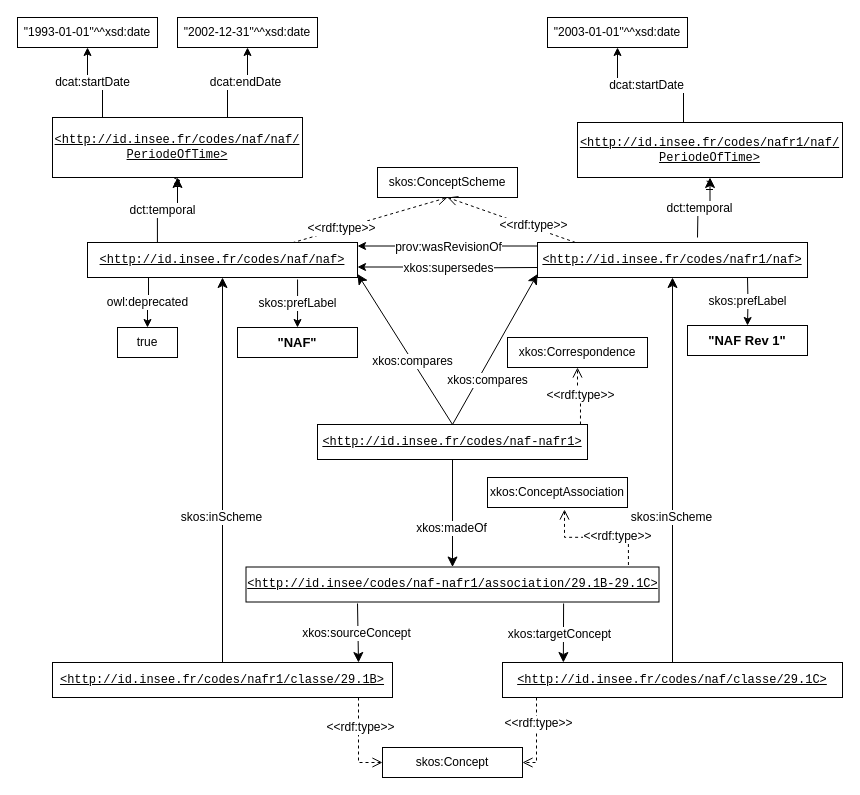
The draw.io diagram page "Diagram V2" (1 of 2) of img/bp-series-example.drawio in linked-statistics/xkos, before the edit. Source tidied: cells renumbered, new cells numbered last; positions are measured from the earlier drawing's top-left corner, leaving out a move shared by most shapes. Both pictures are drawn from the tidied source at 100%, with x=0, y=0 at pixel (17, 17).
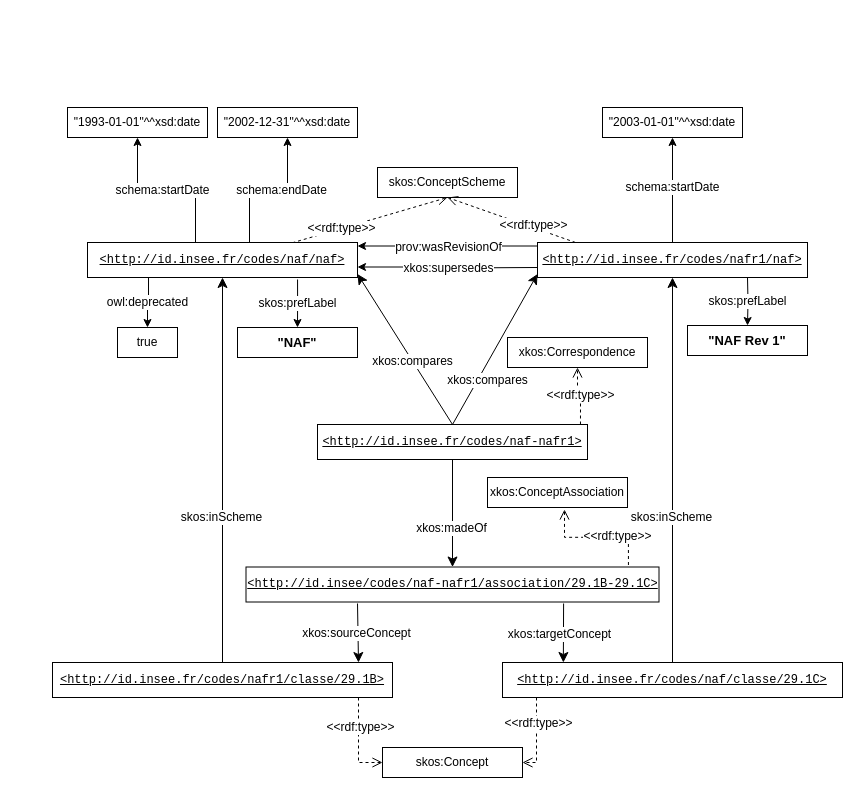
The same page after the edit.

Commit message (it also covers changes not shown here):
Adjust diagram with schema:startDate and endDate

Unchanged cells that the change refers to:
```xml
<mxCell id="5" value="&lt;pre class=&quot;nohighlight&quot;&gt;&lt;u&gt;&amp;lt;http://id.insee.fr/codes/naf/naf&amp;gt;&lt;/u&gt;&lt;/pre&gt;" style="rounded=0;whiteSpace=wrap;html=1;snapToPoint=1;points=[[0.1,0],[0.2,0],[0.3,0],[0.4,0],[0.5,0],[0.6,0],[0.7,0],[0.8,0],[0.9,0],[0,0.1],[0,0.3],[0,0.5],[0,0.7],[0,0.9],[0.1,1],[0.2,1],[0.3,1],[0.4,1],[0.5,1],[0.6,1],[0.7,1],[0.8,1],[0.9,1],[1,0.1],[1,0.3],[1,0.5],[1,0.7],[1,0.9]];" parent="1" vertex="1">
  <mxGeometry x="70" y="225" width="270" height="35" as="geometry" />
</mxCell>
<mxCell id="10" value="&lt;pre class=&quot;nohighlight&quot;&gt;&lt;u&gt;&amp;lt;http://id.insee.fr/codes/nafr1/naf&amp;gt;&lt;/u&gt;&lt;/pre&gt;" style="rounded=0;whiteSpace=wrap;html=1;snapToPoint=1;points=[[0.1,0],[0.2,0],[0.3,0],[0.4,0],[0.5,0],[0.6,0],[0.7,0],[0.8,0],[0.9,0],[0,0.1],[0,0.3],[0,0.5],[0,0.7],[0,0.9],[0.1,1],[0.2,1],[0.3,1],[0.4,1],[0.5,1],[0.6,1],[0.7,1],[0.8,1],[0.9,1],[1,0.1],[1,0.3],[1,0.5],[1,0.7],[1,0.9]];" parent="1" vertex="1">
  <mxGeometry x="520" y="225" width="270" height="35" as="geometry" />
</mxCell>
```

What changed in the source:
```diff
@@
-    <mxCell id="15" value="&lt;br&gt;&lt;pre class=&quot;nohighlight&quot;&gt;&lt;u&gt;&amp;lt;http://id.insee.fr/codes/naf/naf/&lt;br&gt;PeriodeOfTime&amp;gt;&lt;/u&gt;&lt;/pre&gt;&lt;u&gt;&amp;gt;&lt;/u&gt;" style="rounded=0;whiteSpace=wrap;html=1;snapToPoint=1;points=[[0.1,0],[0.2,0],[0.3,0],[0.4,0],[0.5,0],[0.6,0],[0.7,0],[0.8,0],[0.9,0],[0,0.1],[0,0.3],[0,0.5],[0,0.7],[0,0.9],[0.1,1],[0.2,1],[0.3,1],[0.4,1],[0.5,1],[0.6,1],[0.7,1],[0.8,1],[0.9,1],[1,0.1],[1,0.3],[1,0.5],[1,0.7],[1,0.9]];fontSize=12;" parent="1" vertex="1">
-      <mxGeometry x="35" y="100" width="250" height="60" as="geometry" />
-    </mxCell>
-    <mxCell id="16" style="endArrow=classic;html=1;entryX=0.5;entryY=1;entryDx=0;entryDy=0;endSize=8;rounded=0;fontSize=12;edgeStyle=orthogonalEdgeStyle;exitX=0.259;exitY=0;exitDx=0;exitDy=0;exitPerimeter=0;" parent="1" edge="1" source="5" target="15">
-      <mxGeometry relative="1" as="geometry" />
-    </mxCell>
-    <mxCell id="17" value="dct:temporal" style="text;html=1;align=center;verticalAlign=middle;labelBackgroundColor=#ffffff;fontSize=12;" parent="16" vertex="1">
-      <mxGeometry x="-0.13" relative="1" as="geometry" />
-    </mxCell>
     <mxCell id="18" value="&quot;1993-01-01&quot;^^xsd:date" style="rounded=0;whiteSpace=wrap;html=1;snapToPoint=1;fontSize=12;" parent="1" vertex="1">
-      <mxGeometry width="140" height="30" as="geometry" />
+      <mxGeometry x="50" y="90" width="140" height="30" as="geometry" />
     </mxCell>
-    <mxCell id="19" value="dcat:startDate" style="edgeStyle=orthogonalEdgeStyle;rounded=0;jettySize=auto;html=1;exitX=0.2;exitY=0;exitDx=0;exitDy=0;fontSize=12;" parent="1" edge="1" source="15" target="18">
+    <mxCell id="19" value="schema:startDate" style="edgeStyle=orthogonalEdgeStyle;rounded=0;jettySize=auto;html=1;exitX=0.4;exitY=0;exitDx=0;exitDy=0;fontSize=12;" parent="1" edge="1" source="5" target="18">
       <mxGeometry x="0.06" relative="1" as="geometry" />
     </mxCell>
-    <mxCell id="20" value="dcat:endDate" style="edgeStyle=orthogonalEdgeStyle;rounded=0;jettySize=auto;html=1;exitX=0.7;exitY=0;exitDx=0;exitDy=0;fontSize=12;entryX=0.5;entryY=1;entryDx=0;entryDy=0;" parent="1" edge="1" source="15" target="21">
+    <mxCell id="20" value="schema:endDate" style="edgeStyle=orthogonalEdgeStyle;rounded=0;jettySize=auto;html=1;exitX=0.6;exitY=0;exitDx=0;exitDy=0;fontSize=12;entryX=0.5;entryY=1;entryDx=0;entryDy=0;" parent="1" edge="1" source="5" target="21">
       <mxGeometry x="0.17" relative="1" as="geometry" />
     </mxCell>
     <mxCell id="21" value="&quot;2002-12-31&quot;^^xsd:date" style="rounded=0;whiteSpace=wrap;html=1;snapToPoint=1;fontSize=12;" parent="1" vertex="1">
-      <mxGeometry x="160" width="140" height="30" as="geometry" />
+      <mxGeometry x="200" y="90" width="140" height="30" as="geometry" />
     </mxCell>
-    <mxCell id="22" style="endArrow=classic;html=1;endSize=8;rounded=0;fontSize=12;edgeStyle=orthogonalEdgeStyle;entryX=0.5;entryY=1;entryDx=0;entryDy=0;" parent="1" edge="1" target="24">
-      <mxGeometry relative="1" as="geometry">
-        <mxPoint x="680" y="220" as="sourcePoint" />
-      </mxGeometry>
-    </mxCell>
-    <mxCell id="23" value="dct:temporal" style="text;html=1;align=center;verticalAlign=middle;labelBackgroundColor=#ffffff;fontSize=12;" parent="22" vertex="1">
-      <mxGeometry x="-0.13" relative="1" as="geometry" />
-    </mxCell>
-    <mxCell id="24" value="&lt;br&gt;&lt;pre class=&quot;nohighlight&quot;&gt;&lt;u&gt;&amp;lt;http://id.insee.fr/codes/nafr1/naf/&lt;br&gt;PeriodeOfTime&amp;gt;&lt;/u&gt;&lt;/pre&gt;&lt;u&gt;&amp;gt;&lt;/u&gt;" style="rounded=0;whiteSpace=wrap;html=1;snapToPoint=1;points=[[0.1,0],[0.2,0],[0.3,0],[0.4,0],[0.5,0],[0.6,0],[0.7,0],[0.8,0],[0.9,0],[0,0.1],[0,0.3],[0,0.5],[0,0.7],[0,0.9],[0.1,1],[0.2,1],[0.3,1],[0.4,1],[0.5,1],[0.6,1],[0.7,1],[0.8,1],[0.9,1],[1,0.1],[1,0.3],[1,0.5],[1,0.7],[1,0.9]];fontSize=12;" parent="1" vertex="1">
-      <mxGeometry x="560" y="105" width="265" height="55" as="geometry" />
-    </mxCell>
     <mxCell id="25" value="&quot;2003-01-01&quot;^^xsd:date" style="rounded=0;whiteSpace=wrap;html=1;snapToPoint=1;fontSize=12;" parent="1" vertex="1">
-      <mxGeometry x="530" width="140" height="30" as="geometry" />
+      <mxGeometry x="585" y="90" width="140" height="30" as="geometry" />
     </mxCell>
-    <mxCell id="26" value="dcat:startDate" style="edgeStyle=orthogonalEdgeStyle;rounded=0;jettySize=auto;html=1;exitX=0.4;exitY=0;exitDx=0;exitDy=0;fontSize=12;" parent="1" edge="1" source="24" target="25">
-      <mxGeometry x="0.06" relative="1" as="geometry" />
+    <mxCell id="26" value="schema:startDate" style="edgeStyle=orthogonalEdgeStyle;rounded=0;jettySize=auto;html=1;exitX=0.5;exitY=0;exitDx=0;exitDy=0;fontSize=12;" parent="1" edge="1" source="10" target="25">
+      <mxGeometry x="0.05" relative="1" as="geometry" />
     </mxCell>
```
